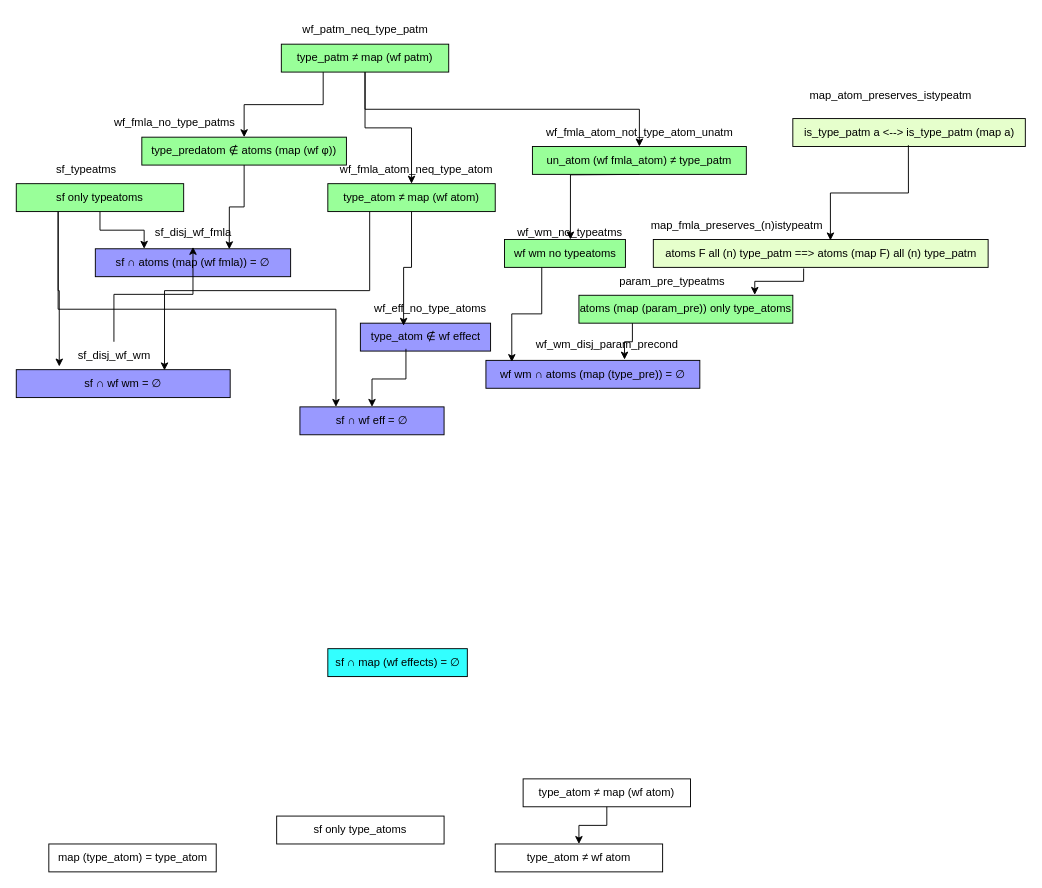
Before: Documentation/inclusion_exclusion.drawio in MVollath/Isabelle-PDDL-Grounding, a draw.io diagram. Source tidied: cells renumbered, new cells numbered last; positions are measured from the earlier drawing's top-left corner, leaving out a move shared by most shapes. Both pictures are drawn from the tidied source at 93%, with x=0, y=0 at pixel (16, 16).
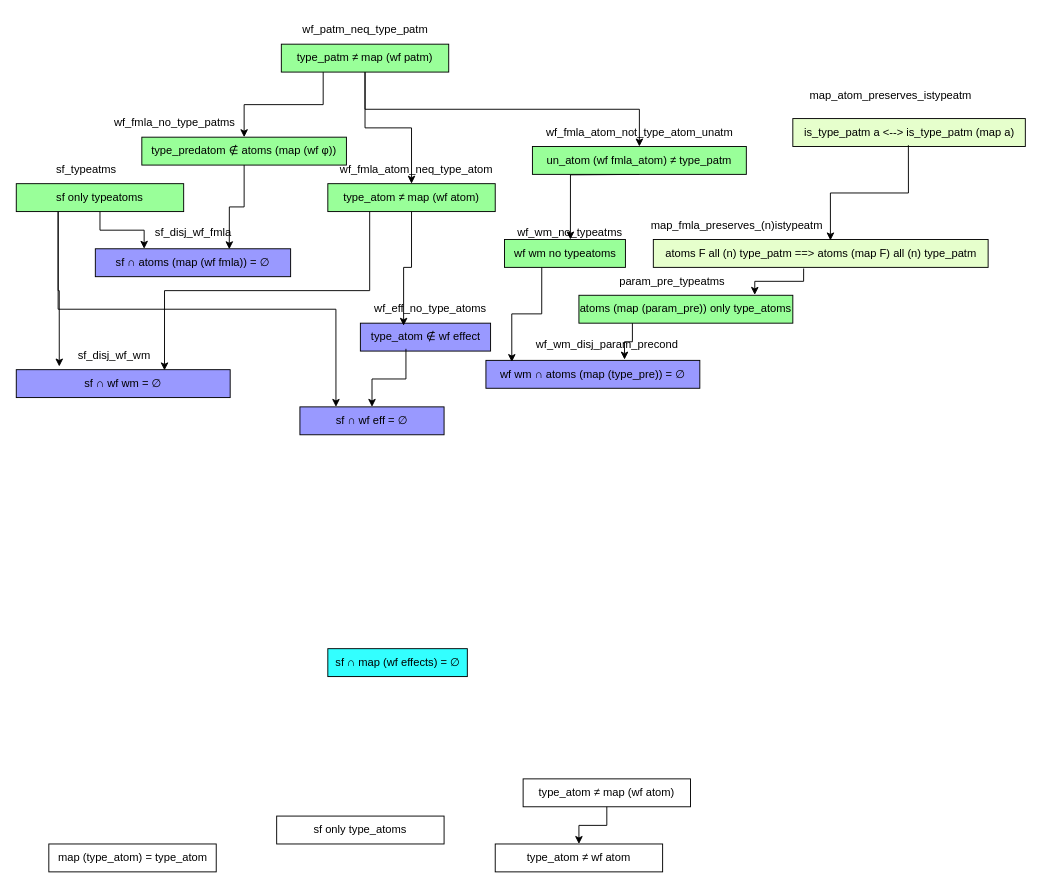
The same page after the edit.

Unchanged cells that the change refers to:
```xml
<mxCell id="33" value="sf_disj_wf_fmla" style="text;html=1;align=center;verticalAlign=middle;points=[];strokeColor=none;fillColor=none;" parent="1" vertex="1">
  <mxGeometry x="135" y="218" width="110" height="30" as="geometry" />
</mxCell>
<mxCell id="39" value="sf_disj_wf_wm" style="text;html=1;align=center;verticalAlign=middle;points=[];strokeColor=none;fillColor=none;" parent="1" vertex="1">
  <mxGeometry x="55" y="350" width="100" height="30" as="geometry" />
</mxCell>
```

Change to the diagram source:
```diff
@@
-    <mxCell id="38" style="edgeStyle=orthogonalEdgeStyle;rounded=0;jettySize=auto;html=1;" parent="1" edge="1" source="39" target="33">
-      <mxGeometry relative="1" as="geometry" />
-    </mxCell>
```
